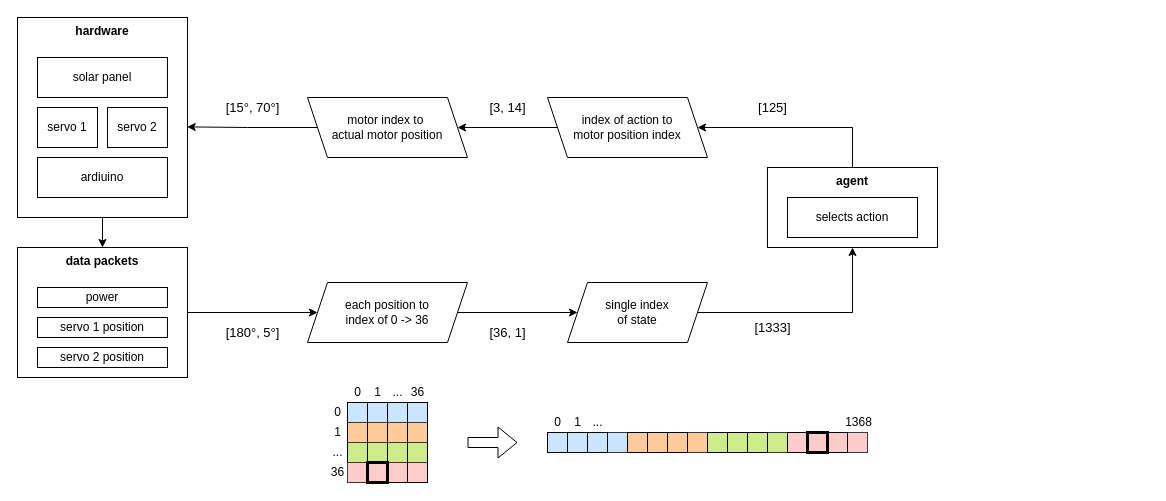
Earlier version of the draw.io diagram page "state_representation" (1 of 5) of schematics/agent_design.drawio (jogrady23/rl-solar). Source tidied: cells renumbered, new cells numbered last; positions are measured from the earlier drawing's top-left corner, leaving out a move shared by most shapes. Both pictures are drawn from the tidied source at 100%, with x=0, y=0 at pixel (17, 17).
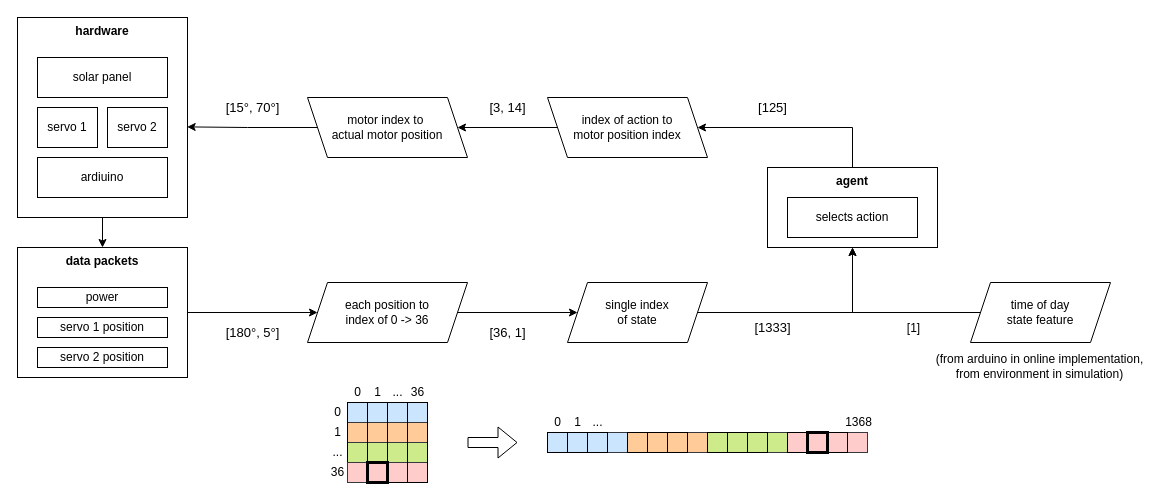
After the change.

The change refers to these unchanged cells:
```xml
<mxCell id="53" value="&lt;div&gt;&lt;span&gt;&lt;b&gt;agent&lt;br&gt;&lt;/b&gt;&lt;/span&gt;&lt;/div&gt;" style="rounded=0;whiteSpace=wrap;html=1;align=center;verticalAlign=top;" parent="1" vertex="1">
  <mxGeometry x="750" y="150" width="170" height="80" as="geometry" />
</mxCell>
```

The edit, as a diff of the source:
```diff
@@
+    <mxCell id="69" style="edgeStyle=orthogonalEdgeStyle;rounded=0;jettySize=auto;html=1;exitX=0;exitY=0.5;exitDx=0;exitDy=0;entryX=0.5;entryY=1;entryDx=0;entryDy=0;strokeColor=#000000;" parent="1" edge="1" source="70" target="53">
+      <mxGeometry relative="1" as="geometry" />
+    </mxCell>
+    <mxCell id="70" value="time of day &lt;br&gt;state feature" style="shape=parallelogram;perimeter=parallelogramPerimeter;whiteSpace=wrap;html=1;fixedSize=1;fontSize=12;" parent="1" vertex="1">
+      <mxGeometry x="953" y="265" width="140" height="60" as="geometry" />
+    </mxCell>
+    <mxCell id="71" value="(from arduino in online implementation,&lt;br&gt;from environment in simulation)" style="text;html=1;align=center;verticalAlign=middle;strokeColor=none;fillColor=none;" parent="1" vertex="1">
+      <mxGeometry x="913" y="333" width="218" height="32" as="geometry" />
+    </mxCell>
+    <mxCell id="72" value="[1]" style="text;html=1;align=center;verticalAlign=middle;strokeColor=none;fillColor=none;" parent="1" vertex="1">
+      <mxGeometry x="884" y="302" width="24" height="18" as="geometry" />
+    </mxCell>
```
